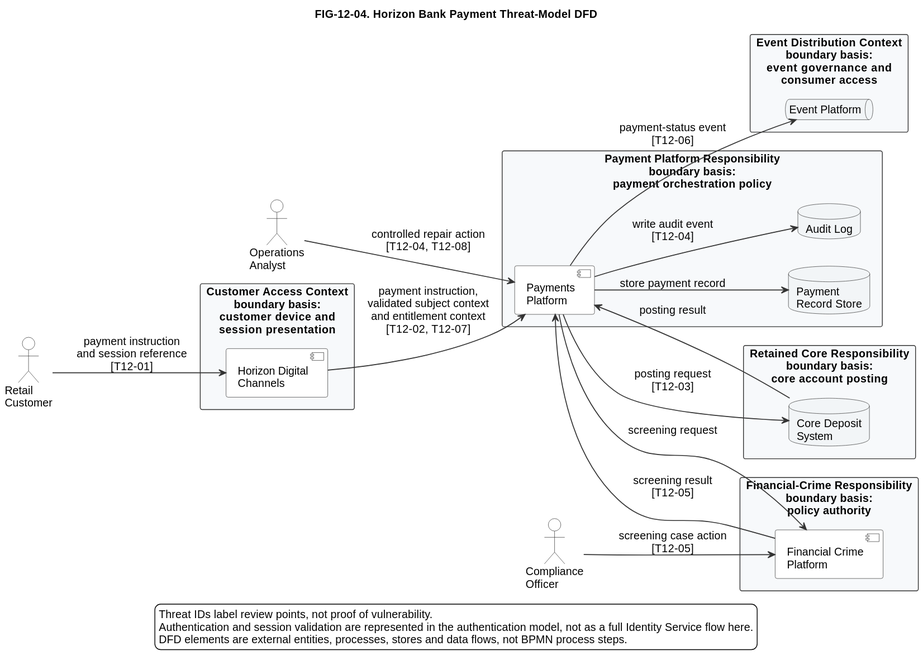
Earlier version of the PlantUML export diagrams/exported/svg/FIG-12-04-horizon-bank-payment-threat-model-dfd.svg (nishikanttiwari01/Architecture_Modelling).
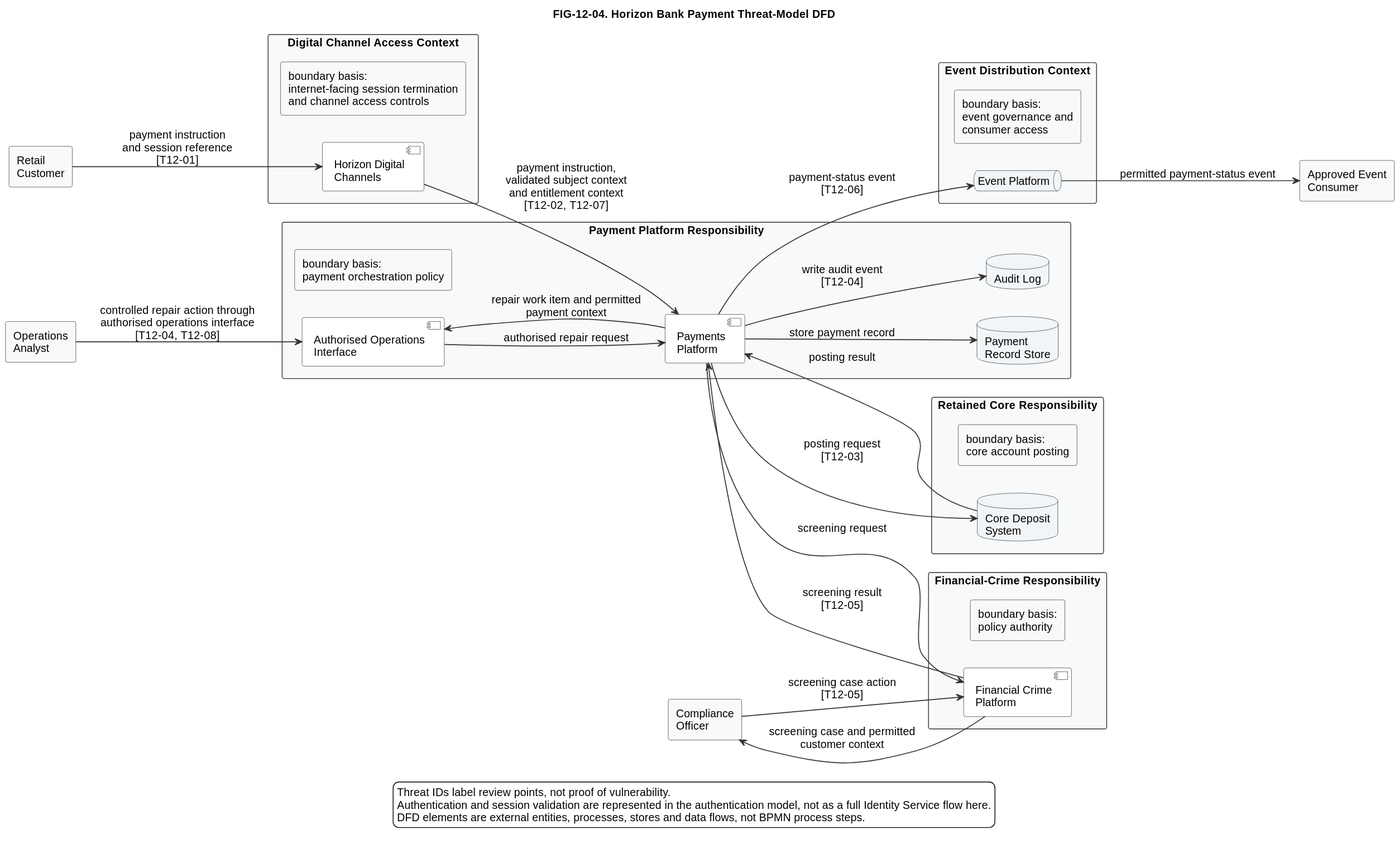
Above is the later version.

The edit, as a diff of the source:
```diff
@@ -21,29 +21,36 @@
   BackgroundColor #F2F5F7
 }
 
-actor "Retail\nCustomer" as Customer
-actor "Operations\nAnalyst" as Ops
-actor "Compliance\nOfficer" as Compliance
+rectangle "Retail\nCustomer" as Customer
+rectangle "Operations\nAnalyst" as Ops
+rectangle "Compliance\nOfficer" as Compliance
+rectangle "Approved Event\nConsumer" as EventConsumer
 
-rectangle "Customer Access Context\nboundary basis:\ncustomer device and\nsession presentation" as CustomerContext {
+rectangle "Digital Channel Access Context" as DigitalChannelContext {
+  rectangle "boundary basis:\ninternet-facing session termination\nand channel access controls" as DigitalChannelBasis
   component "Horizon Digital\nChannels" as Channels
 }
 
-rectangle "Payment Platform Responsibility\nboundary basis:\npayment orchestration policy" as PaymentContext {
+rectangle "Payment Platform Responsibility" as PaymentContext {
+  rectangle "boundary basis:\npayment orchestration policy" as PaymentBasis
+  component "Authorised Operations\nInterface" as OpsInterface
   component "Payments\nPlatform" as Payments
   database "Payment\nRecord Store" as PaymentStore
   database "Audit Log" as AuditLog
 }
 
-rectangle "Financial-Crime Responsibility\nboundary basis:\npolicy authority" as FinancialCrimeContext {
+rectangle "Financial-Crime Responsibility" as FinancialCrimeContext {
+  rectangle "boundary basis:\npolicy authority" as FinancialCrimeBasis
   component "Financial Crime\nPlatform" as FinancialCrime
 }
 
-rectangle "Retained Core Responsibility\nboundary basis:\ncore account posting" as CoreContext {
+rectangle "Retained Core Responsibility" as CoreContext {
+  rectangle "boundary basis:\ncore account posting" as CoreBasis
   database "Core Deposit\nSystem" as Core
 }
 
-rectangle "Event Distribution Context\nboundary basis:\nevent governance and\nconsumer access" as EventContext {
+rectangle "Event Distribution Context" as EventContext {
+  rectangle "boundary basis:\nevent governance and\nconsumer access" as EventBasis
   queue "Event Platform" as EventPlatform
 }
 
@@ -52,9 +59,12 @@
 
 Payments --> FinancialCrime : screening request
 FinancialCrime --> Payments : screening result\n[T12-05]
+FinancialCrime --> Compliance : screening case and permitted\ncustomer context
 Compliance --> FinancialCrime : screening case action\n[T12-05]
 
-Ops --> Payments : controlled repair action\n[T12-04, T12-08]
+Payments --> OpsInterface : repair work item and permitted\npayment context
+Ops --> OpsInterface : controlled repair action through\nauthorised operations interface\n[T12-04, T12-08]
+OpsInterface --> Payments : authorised repair request
 
 Payments --> Core : posting request\n[T12-03]
 Core --> Payments : posting result
@@ -62,6 +72,7 @@
 Payments --> PaymentStore : store payment record
 Payments --> AuditLog : write audit event\n[T12-04]
 Payments --> EventPlatform : payment-status event\n[T12-06]
+EventPlatform --> EventConsumer : permitted payment-status event
 
 legend bottom
 Threat IDs label review points, not proof of vulnerability.
```
